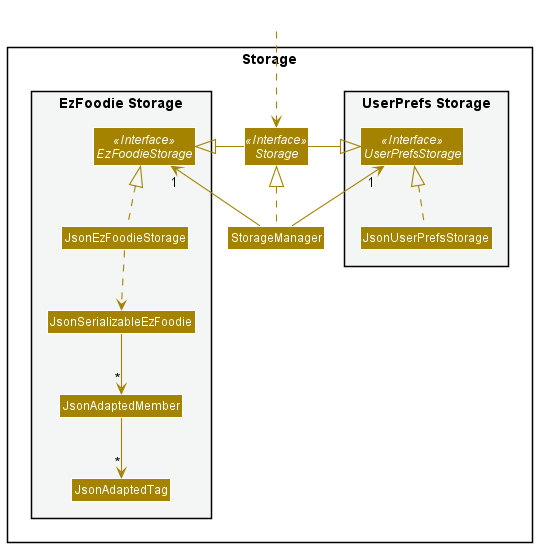
Earlier version of the PlantUML export docs/images/StorageClassDiagram.png (zzybluebell/tp). Source of this version:
```plantuml
@startuml
!include style.puml
skinparam arrowThickness 1.1
skinparam arrowColor STORAGE_COLOR
skinparam classBackgroundColor STORAGE_COLOR

package Storage{

package "UserPrefs Storage" #F4F6F6{
Interface UserPrefsStorage <<Interface>>
Class JsonUserPrefsStorage
}

Interface Storage <<Interface>>
Class StorageManager

package "EzFoodie Storage" #F4F6F6{
Interface EzFoodieStorage <<Interface>>
Class JsonEzFoodieStorage
Class JsonSerializableEzFoodie
Class JsonAdaptedMember
Class JsonAdaptedTag
}

}

Class HiddenOutside #FFFFFF
HiddenOutside ..> Storage

StorageManager .up.|> Storage
StorageManager -up-> "1" UserPrefsStorage
StorageManager -up-> "1" EzFoodieStorage

Storage -left-|> UserPrefsStorage
Storage -right-|> EzFoodieStorage

JsonUserPrefsStorage .up.|> UserPrefsStorage
JsonEzFoodieStorage .up.|> EzFoodieStorage
JsonEzFoodieStorage ..> JsonSerializableEzFoodie
JsonSerializableEzFoodie --> "*" JsonAdaptedMember
JsonAdaptedMember --> "*" JsonAdaptedTag

@enduml
```
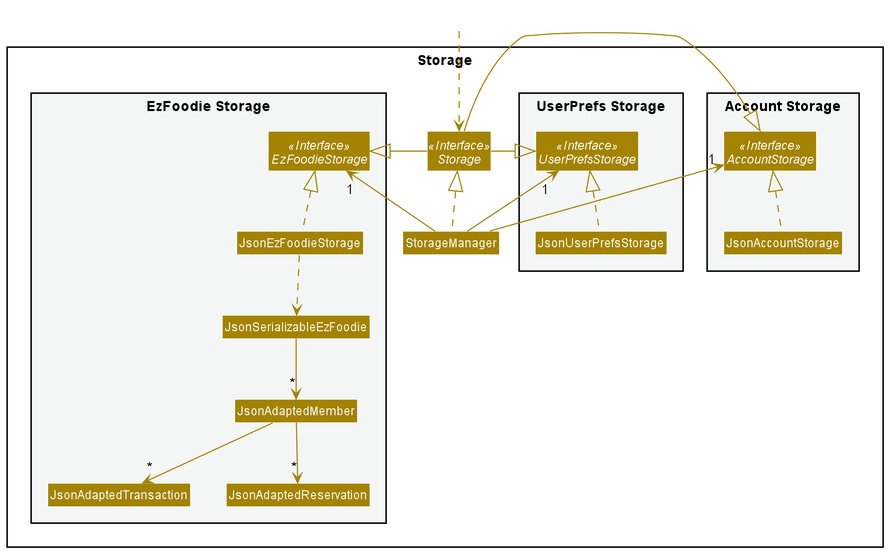
Above is the later version.

Diff of the diagram source:
```diff
@@ -5,6 +5,11 @@
 skinparam classBackgroundColor STORAGE_COLOR
 
 package Storage{
+
+package "Account Storage" #F4F6F6{
+Interface AccountStorage <<Interface>>
+Class JsonAccountStorage
+}
 
 package "UserPrefs Storage" #F4F6F6{
 Interface UserPrefsStorage <<Interface>>
@@ -19,7 +24,8 @@
 Class JsonEzFoodieStorage
 Class JsonSerializableEzFoodie
 Class JsonAdaptedMember
-Class JsonAdaptedTag
+Class JsonAdaptedTransaction
+Class JsonAdaptedReservation
 }
 
 }
@@ -28,16 +34,22 @@
 HiddenOutside ..> Storage
 
 StorageManager .up.|> Storage
+
+StorageManager -up-> "1" AccountStorage
 StorageManager -up-> "1" UserPrefsStorage
 StorageManager -up-> "1" EzFoodieStorage
 
+Storage -left-|> AccountStorage
 Storage -left-|> UserPrefsStorage
 Storage -right-|> EzFoodieStorage
 
+JsonAccountStorage .up.|> AccountStorage
 JsonUserPrefsStorage .up.|> UserPrefsStorage
 JsonEzFoodieStorage .up.|> EzFoodieStorage
+
 JsonEzFoodieStorage ..> JsonSerializableEzFoodie
 JsonSerializableEzFoodie --> "*" JsonAdaptedMember
-JsonAdaptedMember --> "*" JsonAdaptedTag
+JsonAdaptedMember --> "*" JsonAdaptedTransaction
+JsonAdaptedMember --> "*" JsonAdaptedReservation
 
 @enduml
```
